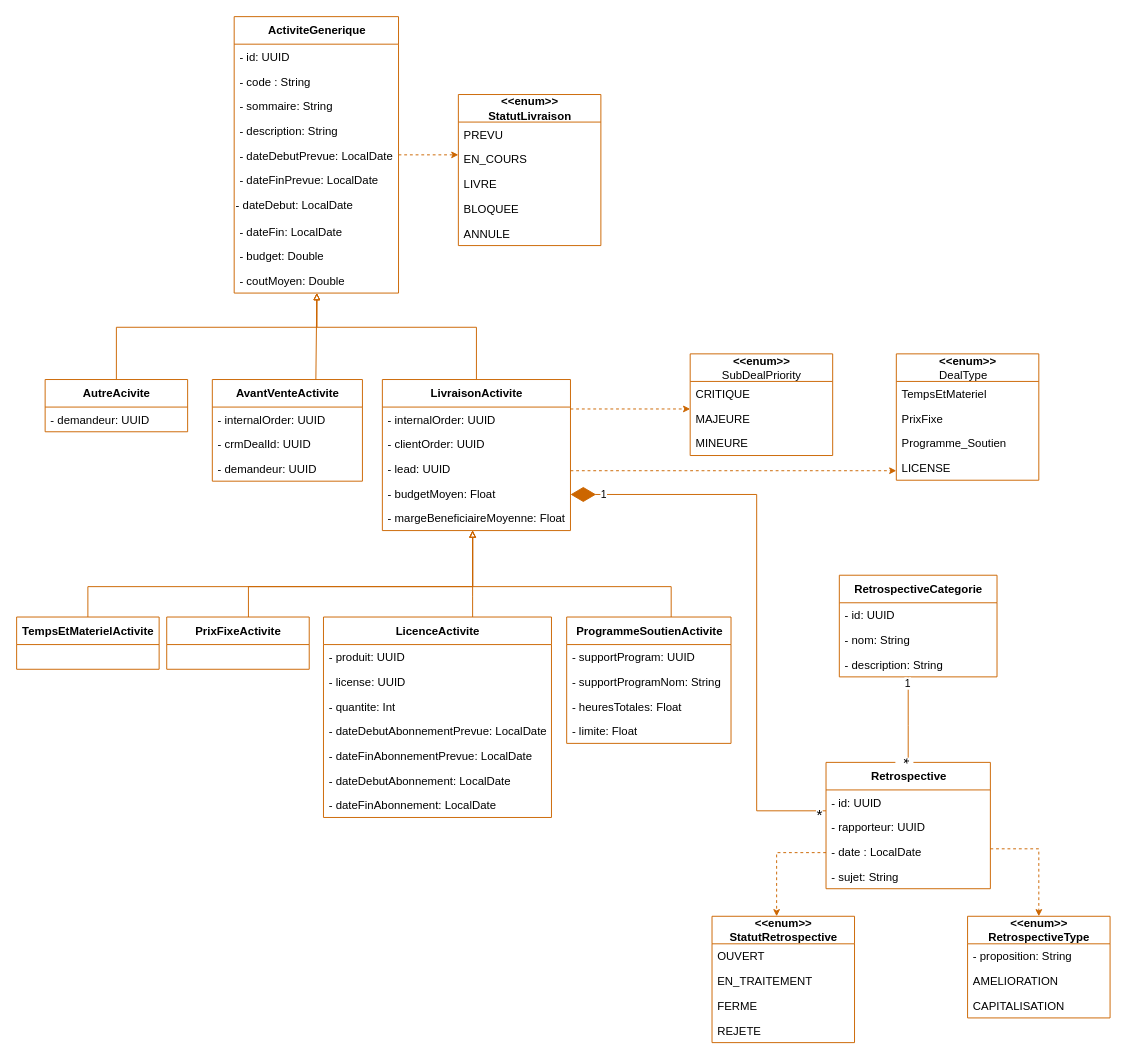
This is page "Page-2" (2 of 2) of Delivery/Delivery_Fr_DiagrammeClasse.drawio from ZidiMedAmine/UML, a draw.io file, before an edit. Source tidied: cells renumbered, new cells numbered last; positions are measured from the earlier drawing's top-left corner, leaving out a move shared by most shapes. Both pictures are drawn from the tidied source at 95%, with x=0, y=0 at pixel (16, 16).
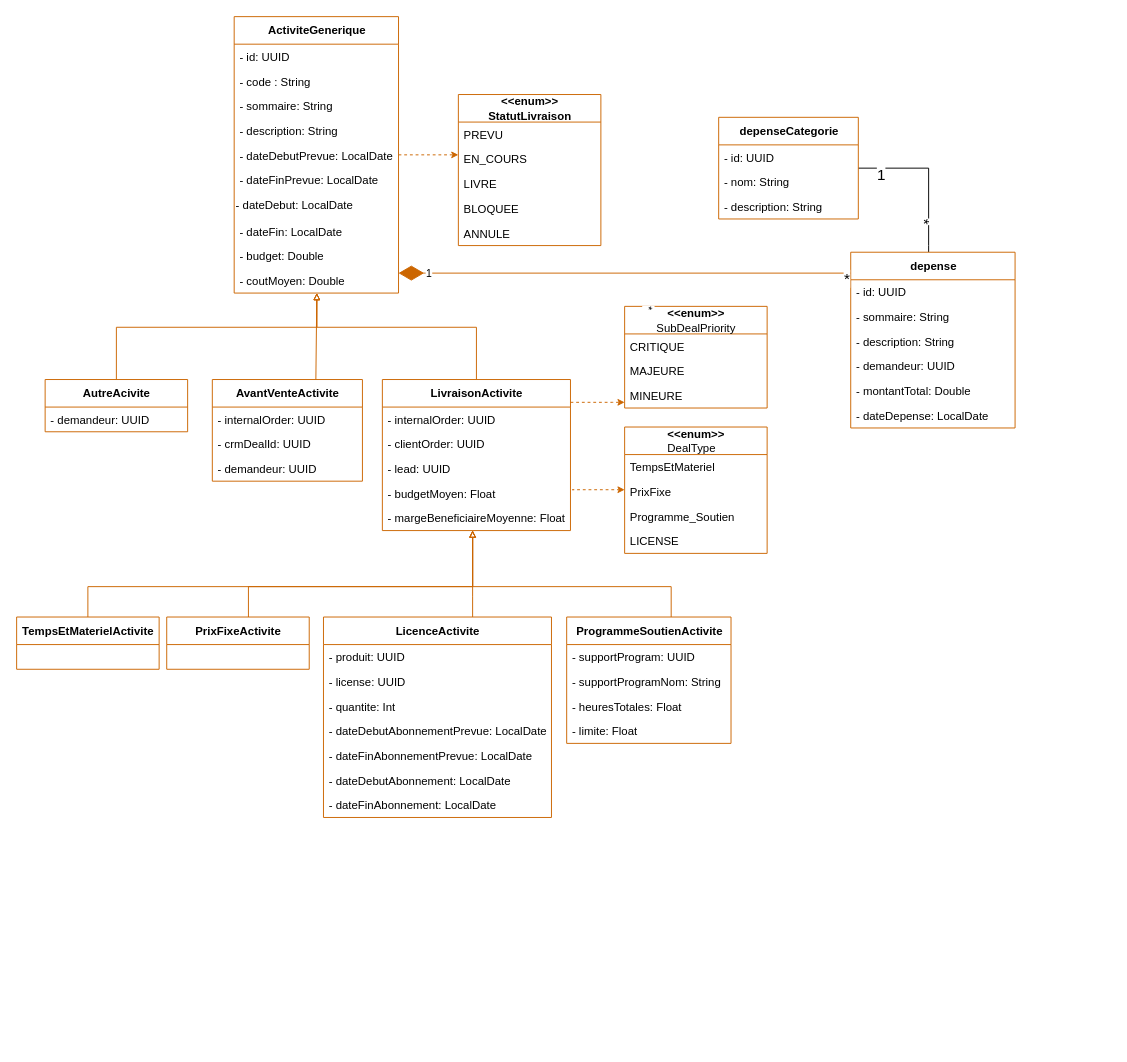
The same page after the edit.

Unchanged cells that the change refers to:
```xml
<mxCell id="2" value="&lt;b&gt;ActiviteGenerique&lt;/b&gt;" style="swimlane;fontStyle=0;align=center;verticalAlign=middle;horizontal=1;startSize=29;html=1;fontSize=12;labelPosition=center;verticalLabelPosition=middle;strokeColor=#CC6600;swimlaneLine=1;rounded=0;shadow=0;glass=0;sketch=0;perimeterSpacing=0;" parent="1" vertex="1">
  <mxGeometry x="229" width="173" height="291" as="geometry" />
</mxCell>
<mxCell id="24" value="LivraisonActivite" style="swimlane;fontStyle=1;align=center;verticalAlign=middle;horizontal=1;startSize=29;html=1;fontSize=12;labelPosition=center;verticalLabelPosition=middle;swimlaneLine=1;rounded=0;sketch=0;glass=0;strokeColor=#CC6600;" parent="1" vertex="1">
  <mxGeometry x="385" y="382" width="198" height="159" as="geometry" />
</mxCell>
```

Change to the diagram source:
```diff
@@
     <mxCell id="54" value="&lt;b&gt;&amp;lt;&amp;lt;enum&amp;gt;&amp;gt;&lt;/b&gt;&lt;br&gt;&lt;div style=&quot;text-align: left&quot;&gt;DealType&lt;br&gt;&lt;/div&gt;" style="swimlane;fontStyle=0;align=center;verticalAlign=middle;horizontal=1;startSize=29;html=1;fontSize=12;labelPosition=center;verticalLabelPosition=middle;swimlaneLine=1;rounded=0;sketch=0;glass=0;strokeColor=#CC6600;" parent="1" vertex="1">
-      <mxGeometry x="926" y="355" width="150" height="133" as="geometry" />
+      <mxGeometry x="640" y="432" width="150" height="133" as="geometry" />
     </mxCell>
@@
-    <mxCell id="59" style="edgeStyle=orthogonalEdgeStyle;rounded=0;jettySize=auto;html=1;dashed=1;endArrow=classic;endFill=1;startSize=5;endSize=5;strokeColor=#CC6600;" parent="1" edge="1" source="24" target="54">
-      <mxGeometry relative="1" as="geometry">
-        <Array as="points">
-          <mxPoint x="841" y="478" />
-          <mxPoint x="841" y="478" />
-        </Array>
-      </mxGeometry>
-    </mxCell>
     <mxCell id="60" value="&lt;b&gt;&amp;lt;&amp;lt;enum&amp;gt;&amp;gt;&lt;/b&gt;&lt;br&gt;&lt;div style=&quot;text-align: left&quot;&gt;SubDealPriority&lt;br&gt;&lt;/div&gt;" style="swimlane;fontStyle=0;align=center;verticalAlign=middle;horizontal=1;startSize=29;html=1;fontSize=12;labelPosition=center;verticalLabelPosition=middle;swimlaneLine=1;rounded=0;sketch=0;glass=0;strokeColor=#CC6600;" parent="1" vertex="1">
-      <mxGeometry x="709" y="355" width="150" height="107" as="geometry" />
+      <mxGeometry x="640" y="305" width="150" height="107" as="geometry" />
     </mxCell>
@@
-    <mxCell id="64" style="edgeStyle=orthogonalEdgeStyle;rounded=0;jettySize=auto;html=1;endArrow=classic;endFill=1;startSize=5;endSize=5;dashed=1;strokeColor=#CC6600;" parent="1" edge="1" source="24" target="60">
+    <mxCell id="64" style="rounded=0;jettySize=auto;html=1;endArrow=classic;endFill=1;startSize=5;endSize=5;dashed=1;strokeColor=#CC6600;edgeStyle=orthogonalEdgeStyle;" parent="1" edge="1" source="24" target="60">
       <mxGeometry relative="1" as="geometry">
         <Array as="points">
-          <mxPoint x="686" y="413" />
-          <mxPoint x="686" y="413" />
+          <mxPoint x="627" y="406" />
+          <mxPoint x="627" y="406" />
         </Array>
       </mxGeometry>
     </mxCell>
-    <mxCell id="65" style="endArrow=diamondThin;endFill=1;endSize=24;html=1;rounded=0;strokeColor=#CC6600;edgeStyle=orthogonalEdgeStyle;" parent="1" edge="1" source="78" target="24">
-      <mxGeometry relative="1" as="geometry">
-        <Array as="points">
-          <mxPoint x="779" y="836" />
-          <mxPoint x="779" y="503" />
-        </Array>
-      </mxGeometry>
-    </mxCell>
-    <mxCell id="66" value="1" style="edgeLabel;html=1;align=center;verticalAlign=middle;" parent="65" vertex="1">
-      <mxGeometry x="-0.71" y="-1" relative="1" as="geometry">
-        <mxPoint x="-163" y="-320" as="offset" />
-      </mxGeometry>
-    </mxCell>
-    <mxCell id="67" value="*" style="edgeLabel;html=1;align=center;verticalAlign=middle;fontSize=16;rotation=0;" parent="65" vertex="1">
-      <mxGeometry x="-0.97" relative="1" as="geometry">
-        <mxPoint x="1" y="3" as="offset" />
-      </mxGeometry>
-    </mxCell>
-    <mxCell id="68" style="edgeStyle=orthogonalEdgeStyle;rounded=0;jettySize=auto;html=1;dashed=1;endArrow=classic;endFill=1;startSize=5;endSize=5;strokeColor=#CC6600;" parent="1" edge="1" source="78" target="86">
-      <mxGeometry relative="1" as="geometry">
-        <Array as="points">
-          <mxPoint x="800" y="880" />
-        </Array>
-      </mxGeometry>
-    </mxCell>
-    <mxCell id="69" value="&lt;b&gt;&amp;lt;&amp;lt;enum&amp;gt;&amp;gt;&lt;/b&gt;&lt;br&gt;&lt;div style=&quot;text-align: left&quot;&gt;&lt;b&gt;RetrospectiveType&lt;/b&gt;&lt;br&gt;&lt;/div&gt;" style="swimlane;fontStyle=0;align=center;verticalAlign=middle;horizontal=1;startSize=29;html=1;fontSize=12;labelPosition=center;verticalLabelPosition=middle;swimlaneLine=1;rounded=0;sketch=0;glass=0;strokeColor=#CC6600;" parent="1" vertex="1">
-      <mxGeometry x="1001" y="947" width="150" height="107" as="geometry" />
-    </mxCell>
-    <mxCell id="70" value="- proposition: String" style="text;strokeColor=none;fillColor=none;align=left;verticalAlign=top;spacingLeft=4;spacingRight=4;overflow=hidden;fontStyle=0;" parent="69" vertex="1">
-      <mxGeometry y="29" width="150" height="26" as="geometry" />
-    </mxCell>
-    <mxCell id="71" value="AMELIORATION" style="text;strokeColor=none;fillColor=none;align=left;verticalAlign=top;spacingLeft=4;spacingRight=4;overflow=hidden;fontStyle=0;" parent="69" vertex="1">
-      <mxGeometry y="55" width="150" height="26" as="geometry" />
-    </mxCell>
-    <mxCell id="72" value="CAPITALISATION" style="text;strokeColor=none;fillColor=none;align=left;verticalAlign=top;spacingLeft=4;spacingRight=4;overflow=hidden;fontStyle=0;" parent="69" vertex="1">
-      <mxGeometry y="81" width="150" height="26" as="geometry" />
-    </mxCell>
-    <mxCell id="73" style="edgeStyle=orthogonalEdgeStyle;rounded=0;jettySize=auto;html=1;endArrow=classic;endFill=1;startSize=5;endSize=5;dashed=1;strokeColor=#CC6600;" parent="1" edge="1" source="78" target="69">
-      <mxGeometry relative="1" as="geometry">
-        <Array as="points">
-          <mxPoint x="962" y="876" />
-          <mxPoint x="962" y="876" />
-        </Array>
-      </mxGeometry>
-    </mxCell>
-    <mxCell id="74" value="RetrospectiveCategorie" style="swimlane;fontStyle=1;align=center;verticalAlign=middle;horizontal=1;startSize=29;html=1;fontSize=12;labelPosition=center;verticalLabelPosition=middle;swimlaneLine=1;rounded=0;sketch=0;glass=0;strokeColor=#CC6600;" parent="1" vertex="1">
-      <mxGeometry x="866" y="588" width="166" height="107" as="geometry" />
-    </mxCell>
+    <mxCell id="91" style="edgeStyle=orthogonalEdgeStyle;rounded=0;jettySize=auto;html=1;fontSize=16;endArrow=none;endFill=0;" parent="1" edge="1" source="94" target="100">
+      <mxGeometry relative="1" as="geometry">
+        <Array as="points">
+          <mxPoint x="960" y="241" />
+          <mxPoint x="960" y="241" />
+        </Array>
+      </mxGeometry>
+    </mxCell>
+    <mxCell id="92" value="*" style="edgeLabel;html=1;align=center;verticalAlign=middle;fontSize=16;rotation=90;" parent="91" vertex="1">
+      <mxGeometry x="-0.6" y="1" relative="1" as="geometry">
+        <mxPoint x="-2" as="offset" />
+      </mxGeometry>
+    </mxCell>
+    <mxCell id="93" value="1" style="edgeLabel;html=1;align=center;verticalAlign=middle;fontSize=16;" parent="91" vertex="1">
+      <mxGeometry x="0.71" y="1" relative="1" as="geometry">
+        <mxPoint y="5" as="offset" />
+      </mxGeometry>
+    </mxCell>
+    <mxCell id="94" value="depense" style="swimlane;fontStyle=1;align=center;verticalAlign=middle;horizontal=1;startSize=29;html=1;fontSize=12;labelPosition=center;verticalLabelPosition=middle;swimlaneLine=1;rounded=0;sketch=0;glass=0;strokeColor=#CC6600;" parent="1" vertex="1">
+      <mxGeometry x="878" y="248" width="173" height="185" as="geometry" />
+    </mxCell>
+    <mxCell id="79" value="- id: UUID" style="text;strokeColor=none;fillColor=none;align=left;verticalAlign=top;spacingLeft=4;spacingRight=4;overflow=hidden;fontStyle=0;" parent="94" vertex="1">
+      <mxGeometry y="29" width="173" height="26" as="geometry" />
+    </mxCell>
+    <mxCell id="95" value="- sommaire: String" style="text;strokeColor=none;fillColor=none;align=left;verticalAlign=top;spacingLeft=4;spacingRight=4;overflow=hidden;fontStyle=0;" parent="94" vertex="1">
+      <mxGeometry y="55" width="173" height="26" as="geometry" />
+    </mxCell>
+    <mxCell id="96" value="- description: String" style="text;strokeColor=none;fillColor=none;align=left;verticalAlign=top;spacingLeft=4;spacingRight=4;overflow=hidden;fontStyle=0;" parent="94" vertex="1">
+      <mxGeometry y="81" width="173" height="26" as="geometry" />
+    </mxCell>
+    <mxCell id="97" value="- demandeur: UUID" style="text;strokeColor=none;fillColor=none;align=left;verticalAlign=top;spacingLeft=4;spacingRight=4;overflow=hidden;fontStyle=0;" parent="94" vertex="1">
+      <mxGeometry y="107" width="173" height="26" as="geometry" />
+    </mxCell>
+    <mxCell id="98" value="- montantTotal: Double" style="text;strokeColor=none;fillColor=none;align=left;verticalAlign=top;spacingLeft=4;spacingRight=4;overflow=hidden;fontStyle=0;" parent="94" vertex="1">
+      <mxGeometry y="133" width="173" height="26" as="geometry" />
+    </mxCell>
+    <mxCell id="99" value="- dateDepense: LocalDate" style="text;strokeColor=none;fillColor=none;align=left;verticalAlign=top;spacingLeft=4;spacingRight=4;overflow=hidden;fontStyle=0;" parent="94" vertex="1">
+      <mxGeometry y="159" width="173" height="26" as="geometry" />
+    </mxCell>
+    <mxCell id="100" value="depenseCategorie" style="swimlane;fontStyle=1;align=center;verticalAlign=middle;horizontal=1;startSize=29;html=1;fontSize=12;labelPosition=center;verticalLabelPosition=middle;swimlaneLine=1;rounded=0;sketch=0;glass=0;strokeColor=#CC6600;" parent="1" vertex="1">
+      <mxGeometry x="739" y="106" width="147" height="107" as="geometry" />
+    </mxCell>
-    <mxCell id="75" value="- id: UUID" style="text;strokeColor=none;fillColor=none;align=left;verticalAlign=top;spacingLeft=4;spacingRight=4;overflow=hidden;fontStyle=0;" parent="74" vertex="1">
-      <mxGeometry y="29" width="166" height="26" as="geometry" />
+    <mxCell id="75" value="- id: UUID" style="text;strokeColor=none;fillColor=none;align=left;verticalAlign=top;spacingLeft=4;spacingRight=4;overflow=hidden;fontStyle=0;" parent="100" vertex="1">
+      <mxGeometry y="29" width="147" height="26" as="geometry" />
     </mxCell>
-    <mxCell id="76" value="- nom: String" style="text;strokeColor=none;fillColor=none;align=left;verticalAlign=top;spacingLeft=4;spacingRight=4;overflow=hidden;fontStyle=0;" parent="74" vertex="1">
-      <mxGeometry y="55" width="166" height="26" as="geometry" />
+    <mxCell id="76" value="- nom: String" style="text;strokeColor=none;fillColor=none;align=left;verticalAlign=top;spacingLeft=4;spacingRight=4;overflow=hidden;fontStyle=0;" parent="100" vertex="1">
+      <mxGeometry y="55" width="147" height="26" as="geometry" />
     </mxCell>
-    <mxCell id="77" value="- description: String" style="text;strokeColor=none;fillColor=none;align=left;verticalAlign=top;spacingLeft=4;spacingRight=4;overflow=hidden;fontStyle=0;" parent="74" vertex="1">
-      <mxGeometry y="81" width="166" height="26" as="geometry" />
-    </mxCell>
-    <mxCell id="78" value="Retrospective" style="swimlane;fontStyle=1;align=center;verticalAlign=middle;horizontal=1;startSize=29;html=1;fontSize=12;labelPosition=center;verticalLabelPosition=middle;swimlaneLine=1;rounded=0;sketch=0;glass=0;strokeColor=#CC6600;" parent="1" vertex="1">
-      <mxGeometry x="852" y="785" width="173" height="133" as="geometry" />
-    </mxCell>
-    <mxCell id="79" value="- id: UUID" style="text;strokeColor=none;fillColor=none;align=left;verticalAlign=top;spacingLeft=4;spacingRight=4;overflow=hidden;fontStyle=0;" parent="78" vertex="1">
-      <mxGeometry y="29" width="173" height="26" as="geometry" />
-    </mxCell>
-    <mxCell id="80" value="- rapporteur: UUID" style="text;strokeColor=none;fillColor=none;align=left;verticalAlign=top;spacingLeft=4;spacingRight=4;overflow=hidden;fontStyle=0;" parent="78" vertex="1">
-      <mxGeometry y="55" width="173" height="26" as="geometry" />
-    </mxCell>
-    <mxCell id="81" value="- date : LocalDate" style="text;strokeColor=none;fillColor=none;align=left;verticalAlign=top;spacingLeft=4;spacingRight=4;overflow=hidden;fontStyle=0;" parent="78" vertex="1">
-      <mxGeometry y="81" width="173" height="26" as="geometry" />
-    </mxCell>
-    <mxCell id="82" value="- sujet: String" style="text;strokeColor=none;fillColor=none;align=left;verticalAlign=top;spacingLeft=4;spacingRight=4;overflow=hidden;fontStyle=0;" parent="78" vertex="1">
-      <mxGeometry y="107" width="173" height="26" as="geometry" />
-    </mxCell>
-    <mxCell id="83" style="edgeStyle=orthogonalEdgeStyle;rounded=0;jettySize=auto;html=1;endArrow=none;endFill=0;startSize=5;endSize=5;strokeColor=#CC6600;" parent="1" edge="1" source="78" target="74">
-      <mxGeometry relative="1" as="geometry">
-        <Array as="points">
-          <mxPoint x="939" y="746" />
-          <mxPoint x="939" y="746" />
-        </Array>
-      </mxGeometry>
-    </mxCell>
-    <mxCell id="84" value="*" style="edgeLabel;html=1;align=center;verticalAlign=middle;rotation=90;fontSize=16;" parent="83" vertex="1">
-      <mxGeometry x="-0.71" relative="1" as="geometry">
-        <mxPoint x="-2" y="11" as="offset" />
-      </mxGeometry>
-    </mxCell>
-    <mxCell id="85" value="1" style="edgeLabel;html=1;align=center;verticalAlign=middle;" parent="83" vertex="1">
-      <mxGeometry x="0.75" y="1" relative="1" as="geometry">
-        <mxPoint y="-5" as="offset" />
-      </mxGeometry>
-    </mxCell>
-    <mxCell id="86" value="&lt;b&gt;&amp;lt;&amp;lt;enum&amp;gt;&amp;gt;&lt;/b&gt;&lt;br&gt;&lt;b style=&quot;text-align: left;&quot;&gt;Statut&lt;/b&gt;&lt;b style=&quot;text-align: left; background-color: initial;&quot;&gt;Retrospective&lt;/b&gt;&lt;b style=&quot;text-align: left;&quot;&gt;&lt;br&gt;&lt;/b&gt;" style="swimlane;fontStyle=0;align=center;verticalAlign=middle;horizontal=1;startSize=29;html=1;fontSize=12;labelPosition=center;verticalLabelPosition=middle;swimlaneLine=1;rounded=0;sketch=0;glass=0;strokeColor=#CC6600;" parent="1" vertex="1">
-      <mxGeometry x="732" y="947" width="150" height="133" as="geometry" />
-    </mxCell>
-    <mxCell id="87" value="OUVERT" style="text;strokeColor=none;fillColor=none;align=left;verticalAlign=top;spacingLeft=4;spacingRight=4;overflow=hidden;fontStyle=0;" parent="86" vertex="1">
-      <mxGeometry y="29" width="150" height="26" as="geometry" />
-    </mxCell>
-    <mxCell id="88" value="EN_TRAITEMENT" style="text;strokeColor=none;fillColor=none;align=left;verticalAlign=top;spacingLeft=4;spacingRight=4;overflow=hidden;fontStyle=0;" parent="86" vertex="1">
-      <mxGeometry y="55" width="150" height="26" as="geometry" />
-    </mxCell>
-    <mxCell id="89" value="FERME" style="text;strokeColor=none;fillColor=none;align=left;verticalAlign=top;spacingLeft=4;spacingRight=4;overflow=hidden;fontStyle=0;" parent="86" vertex="1">
-      <mxGeometry y="81" width="150" height="26" as="geometry" />
-    </mxCell>
-    <mxCell id="90" value="REJETE" style="text;strokeColor=none;fillColor=none;align=left;verticalAlign=top;spacingLeft=4;spacingRight=4;overflow=hidden;fontStyle=0;" parent="86" vertex="1">
-      <mxGeometry y="107" width="150" height="26" as="geometry" />
-    </mxCell>
+    <mxCell id="101" value="- description: String" style="text;strokeColor=none;fillColor=none;align=left;verticalAlign=top;spacingLeft=4;spacingRight=4;overflow=hidden;fontStyle=0;" parent="100" vertex="1">
+      <mxGeometry y="81" width="147" height="26" as="geometry" />
+    </mxCell>
+    <mxCell id="102" style="rounded=0;jettySize=auto;html=1;endArrow=classic;endFill=1;startSize=5;endSize=5;dashed=1;strokeColor=#CC6600;edgeStyle=orthogonalEdgeStyle;" parent="1" edge="1" target="54">
+      <mxGeometry relative="1" as="geometry">
+        <mxPoint x="586" y="498" as="sourcePoint" />
+        <Array as="points">
+          <mxPoint x="585" y="498" />
+          <mxPoint x="585" y="498" />
+        </Array>
+      </mxGeometry>
+    </mxCell>
+    <mxCell id="103" style="endArrow=diamondThin;endFill=1;endSize=24;html=1;rounded=0;strokeColor=#CC6600;edgeStyle=orthogonalEdgeStyle;" parent="1" edge="1" source="94" target="2">
+      <mxGeometry relative="1" as="geometry">
+        <Array as="points">
+          <mxPoint x="429" y="270" />
+          <mxPoint x="429" y="270" />
+        </Array>
+      </mxGeometry>
+    </mxCell>
+    <mxCell id="104" value="1" style="edgeLabel;html=1;align=center;verticalAlign=middle;" parent="103" vertex="1">
+      <mxGeometry x="-0.71" y="-1" relative="1" as="geometry">
+        <mxPoint x="-376" y="1" as="offset" />
+      </mxGeometry>
+    </mxCell>
+    <mxCell id="105" value="*" style="edgeLabel;html=1;align=center;verticalAlign=middle;rotation=89;" parent="103" vertex="1">
+      <mxGeometry x="-0.12" relative="1" as="geometry">
+        <mxPoint x="-2" y="36" as="offset" />
+      </mxGeometry>
+    </mxCell>
+    <mxCell id="106" value="*" style="edgeLabel;html=1;align=center;verticalAlign=middle;fontSize=16;" parent="103" vertex="1">
+      <mxGeometry x="-0.96" relative="1" as="geometry">
+        <mxPoint x="5" y="5" as="offset" />
+      </mxGeometry>
+    </mxCell>
```
